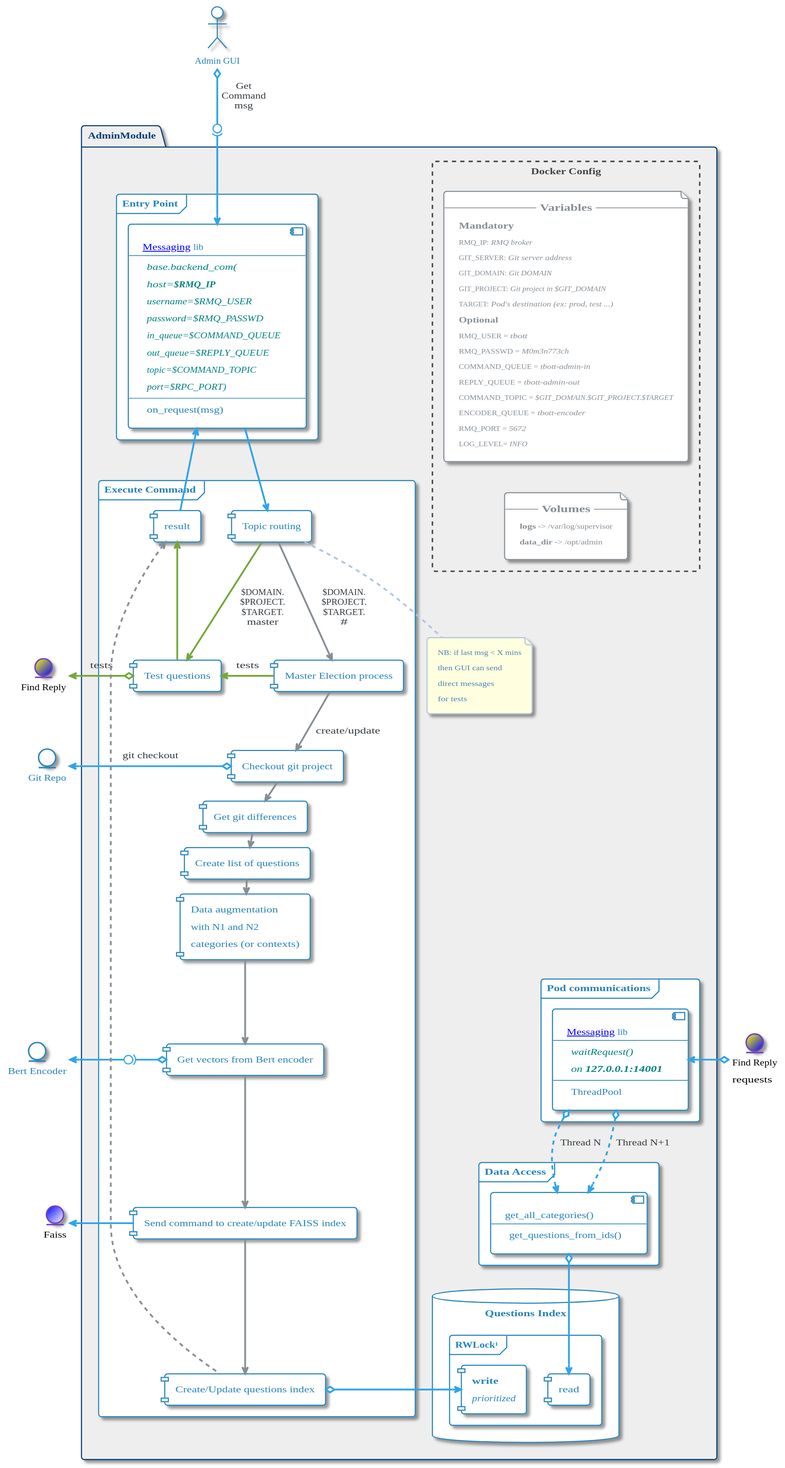
momenttech/maestro-architecture keeps this PlantUML diagram as images/plantuml/Admin/admin/Admin_Full.svg. Above is the earlier version.
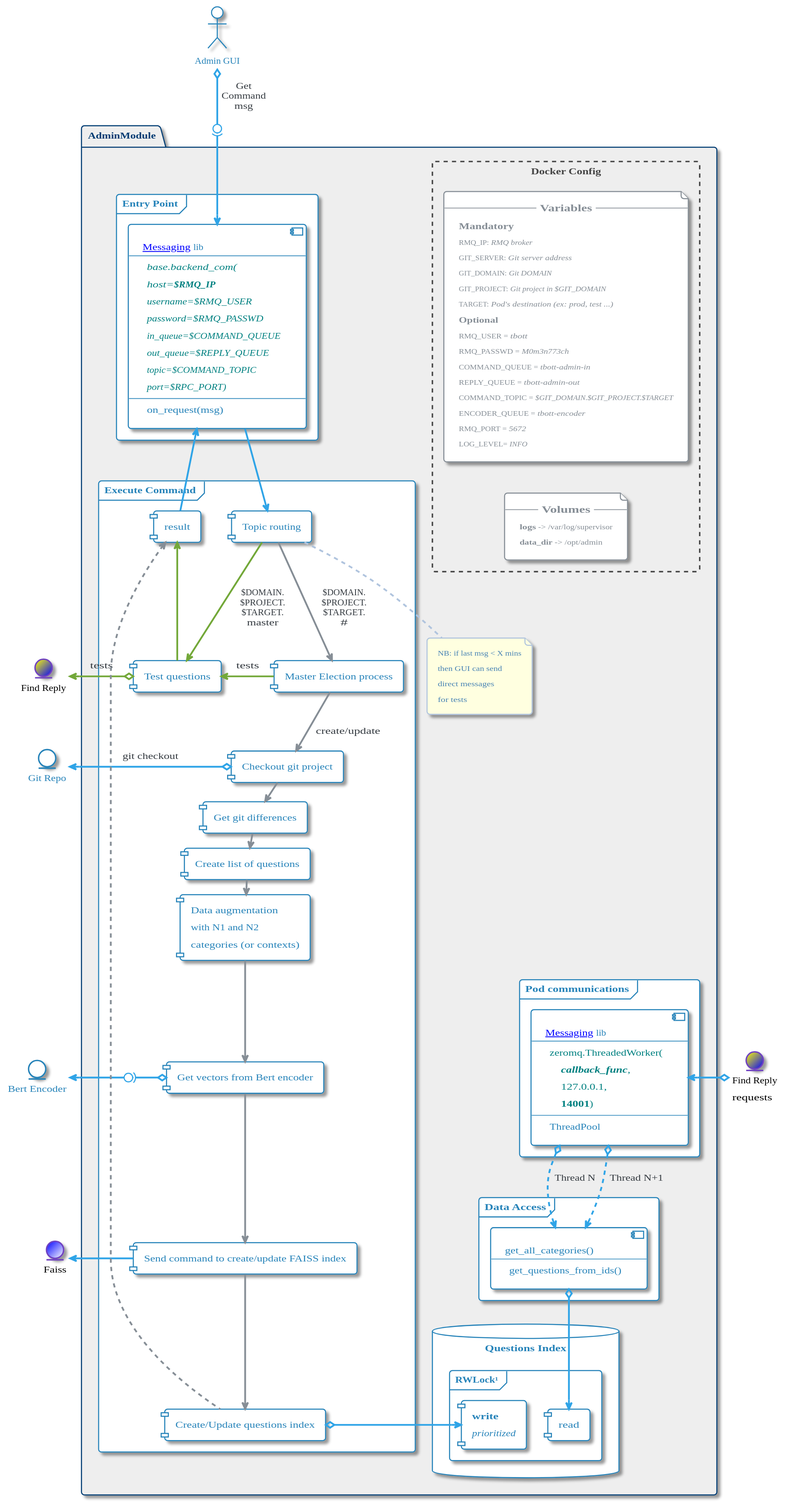
Above is the later version.

Change to the diagram source:
```diff
@@ -1,4 +1,4 @@
-@startuml
+@startuml Admin_Full
 
 
 
@@ -319,6 +319,7 @@
 
 hide stereotype
 
+skinparam backgroundColor transparent
 !pragma horizontalLineBetweenDifferentPackageAllowed
 
 skinparam file<<NOTE>> {
@@ -412,6 +413,7 @@
 
 
 
+
 scale 1.2
 
 actor "Admin GUI" as AdminRMQ_IN
@@ -436,8 +438,10 @@
             component ADM_MSG [
                 [[http://10.165.64.205/AI/Messaging Messaging]] lib
                 ----
-                <i><color:teal>waitRequest()</color></i>
-                <i><color:teal>on <b>127.0.0.1:14001</b></color></i>
+                <color:teal>zeromq.ThreadedWorker(</color>
+                <color:teal>    <i><b>callback_func</b></i>,</color>
+                <color:teal>    127.0.0.1,</color>
+                <color:teal>    <b>14001</b>)</color>
                 ---
                 ThreadPool
                 ]
```
